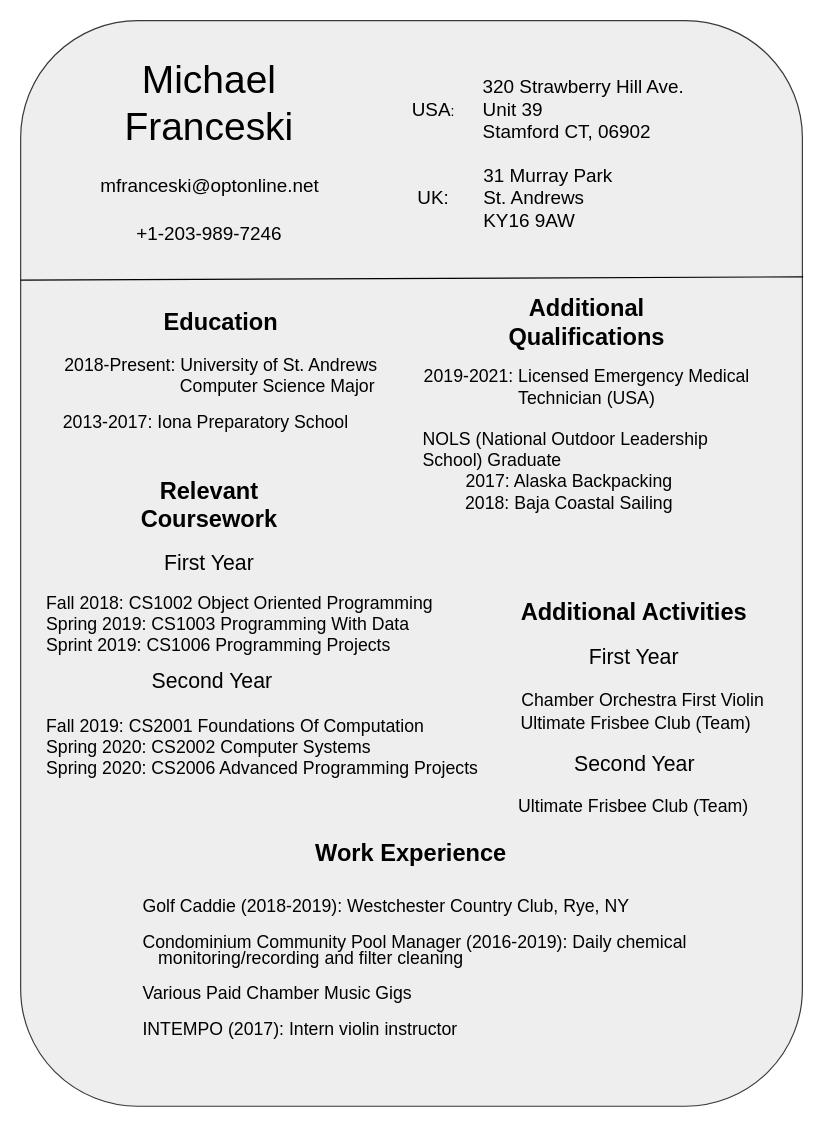
This is Untitled Diagram.drawio from mr-donculus/resume-graphs, a draw.io file, before an edit. Source tidied: cells renumbered, new cells numbered last; positions are measured from the earlier drawing's top-left corner, leaving out a move shared by most shapes. Both pictures are drawn from the tidied source at 118%, with x=0, y=0 at pixel (20, 20).
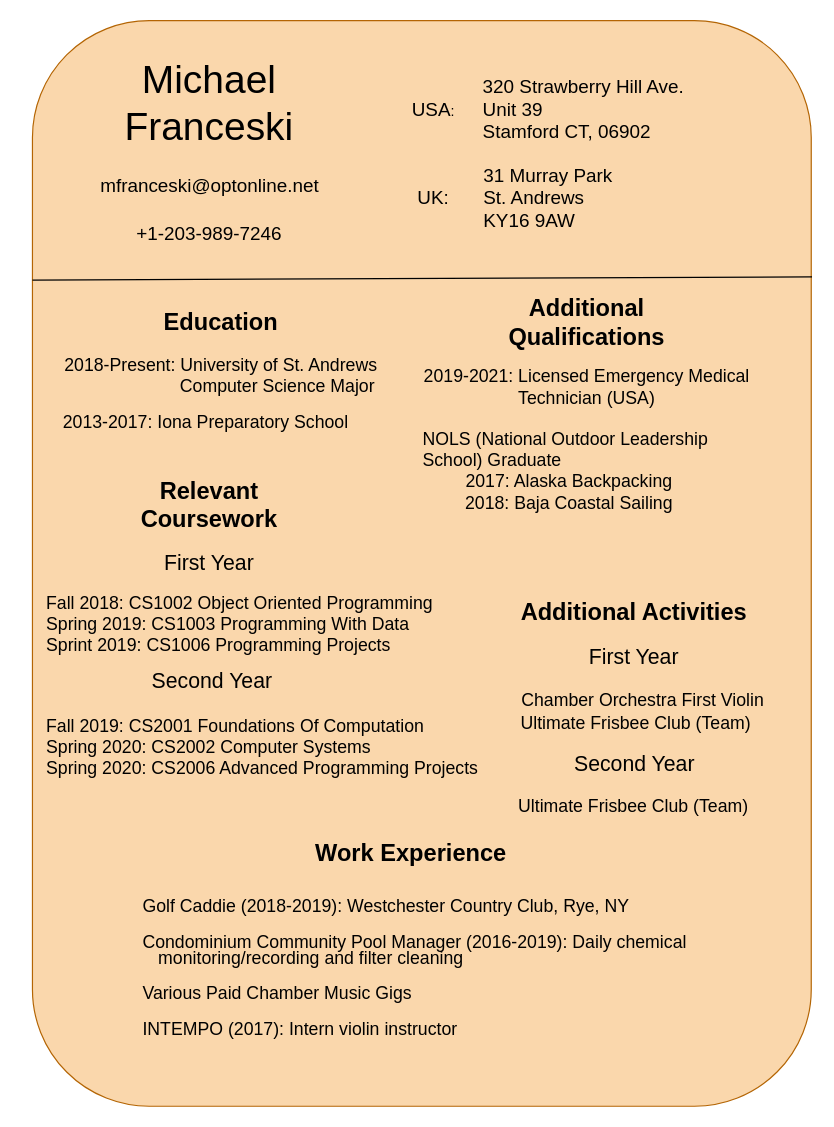
Above is the later version.

Diff of the diagram source:
```diff
@@
-    <mxCell id="2" style="rounded=1;whiteSpace=wrap;html=1;fillColor=#eeeeee;strokeColor=#36393d;" parent="1" vertex="1">
-      <mxGeometry width="662.5" height="920" as="geometry" />
+    <mxCell id="2" style="rounded=1;whiteSpace=wrap;html=1;fillColor=#fad7ac;strokeColor=#b46504;" parent="1" vertex="1">
+      <mxGeometry x="10" width="660" height="920" as="geometry" />
     </mxCell>
```
